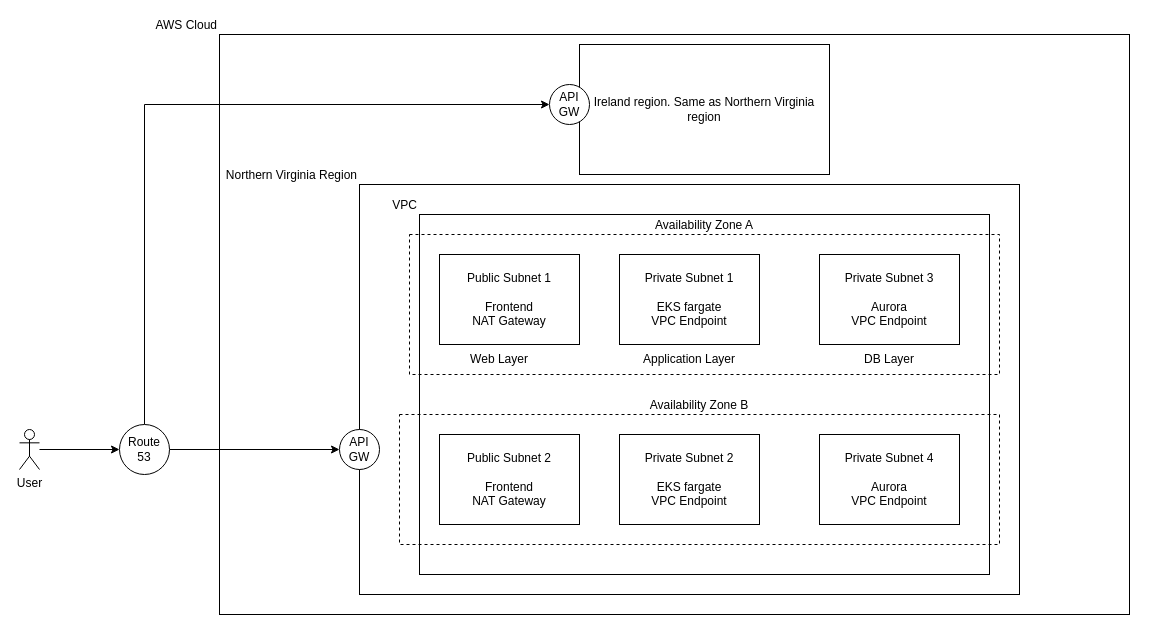
The draw.io diagram Docs/Saayam_AWS.drawio in saayam-for-all/devsecops, before the edit. Source tidied: cells renumbered, new cells numbered last; positions are measured from the earlier drawing's top-left corner, leaving out a move shared by most shapes. Both pictures are drawn from the tidied source at 100%, with x=0, y=0 at pixel (19, 34).
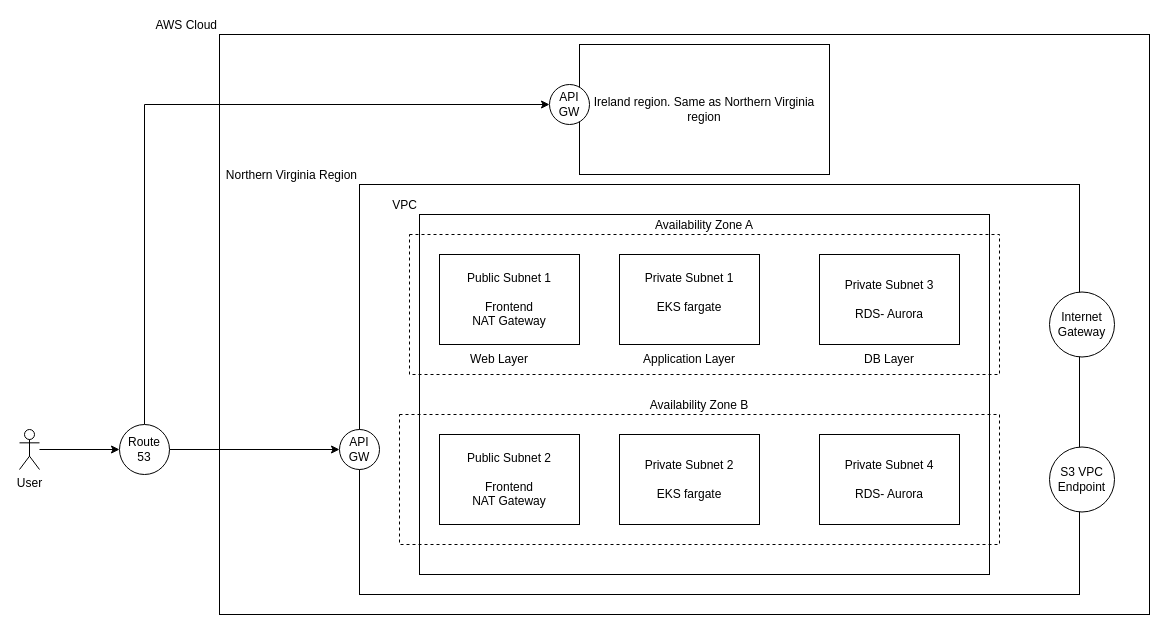
The same diagram, later.

Commit message (it also covers changes not shown here):
Corrected Internet gatweway and VPC endpoint details

Diff of the diagram source:
```diff
@@
     <mxCell id="2" value="AWS Cloud" style="rounded=0;whiteSpace=wrap;html=1;labelPosition=left;verticalLabelPosition=top;align=right;verticalAlign=bottom;" parent="1" vertex="1">
-      <mxGeometry x="200" width="910" height="580" as="geometry" />
+      <mxGeometry x="200" width="930" height="580" as="geometry" />
     </mxCell>
@@
     <mxCell id="9" value="Northern Virginia Region" style="rounded=0;whiteSpace=wrap;html=1;labelPosition=left;verticalLabelPosition=top;align=right;verticalAlign=bottom;" parent="1" vertex="1">
-      <mxGeometry x="340" y="150" width="660" height="410" as="geometry" />
+      <mxGeometry x="340" y="150" width="720" height="410" as="geometry" />
     </mxCell>
@@
-    <mxCell id="16" value="Private Subnet 1&lt;div&gt;&lt;br&gt;&lt;/div&gt;&lt;div&gt;EKS fargate&lt;/div&gt;&lt;div&gt;VPC Endpoint&lt;/div&gt;" style="rounded=0;whiteSpace=wrap;html=1;" parent="1" vertex="1">
+    <mxCell id="16" value="Private Subnet 1&lt;div&gt;&lt;br&gt;&lt;/div&gt;&lt;div&gt;EKS fargate&lt;/div&gt;&lt;div&gt;&lt;br&gt;&lt;/div&gt;" style="rounded=0;whiteSpace=wrap;html=1;" parent="1" vertex="1">
       <mxGeometry x="600" y="220" width="140" height="90" as="geometry" />
     </mxCell>
-    <mxCell id="17" value="Private Subnet 3&lt;div&gt;&lt;br&gt;&lt;/div&gt;&lt;div&gt;Aurora&lt;/div&gt;&lt;div&gt;VPC Endpoint&lt;br&gt;&lt;/div&gt;" style="rounded=0;whiteSpace=wrap;html=1;" parent="1" vertex="1">
+    <mxCell id="17" value="Private Subnet 3&lt;div&gt;&lt;br&gt;&lt;/div&gt;&lt;div&gt;RDS- Aurora&lt;/div&gt;" style="rounded=0;whiteSpace=wrap;html=1;" parent="1" vertex="1">
       <mxGeometry x="800" y="220" width="140" height="90" as="geometry" />
     </mxCell>
@@
-    <mxCell id="19" value="Private Subnet 2&lt;div&gt;&lt;br&gt;&lt;/div&gt;&lt;div&gt;EKS fargate&lt;br&gt;&lt;/div&gt;&lt;div&gt;VPC Endpoint&lt;br&gt;&lt;/div&gt;" style="rounded=0;whiteSpace=wrap;html=1;" parent="1" vertex="1">
+    <mxCell id="19" value="Private Subnet 2&lt;div&gt;&lt;br&gt;&lt;/div&gt;&lt;div&gt;EKS fargate&lt;/div&gt;" style="rounded=0;whiteSpace=wrap;html=1;" parent="1" vertex="1">
       <mxGeometry x="600" y="400" width="140" height="90" as="geometry" />
     </mxCell>
-    <mxCell id="20" value="Private Subnet 4&lt;div&gt;&lt;br&gt;&lt;/div&gt;&lt;div&gt;Aurora&lt;/div&gt;&lt;div&gt;VPC Endpoint&lt;br&gt;&lt;/div&gt;" style="rounded=0;whiteSpace=wrap;html=1;" parent="1" vertex="1">
+    <mxCell id="20" value="Private Subnet 4&lt;div&gt;&lt;br&gt;&lt;/div&gt;&lt;div&gt;RDS- Aurora&lt;/div&gt;" style="rounded=0;whiteSpace=wrap;html=1;" parent="1" vertex="1">
       <mxGeometry x="800" y="400" width="140" height="90" as="geometry" />
     </mxCell>
@@
+    <mxCell id="24" value="Internet&lt;div&gt;Gateway&lt;/div&gt;" style="ellipse;whiteSpace=wrap;html=1;" parent="1" vertex="1">
+      <mxGeometry x="1030" y="257.5" width="65" height="65" as="geometry" />
+    </mxCell>
+    <mxCell id="25" value="S3 VPC Endpoint" style="ellipse;whiteSpace=wrap;html=1;" parent="1" vertex="1">
+      <mxGeometry x="1030" y="412.5" width="65" height="65" as="geometry" />
+    </mxCell>
```
